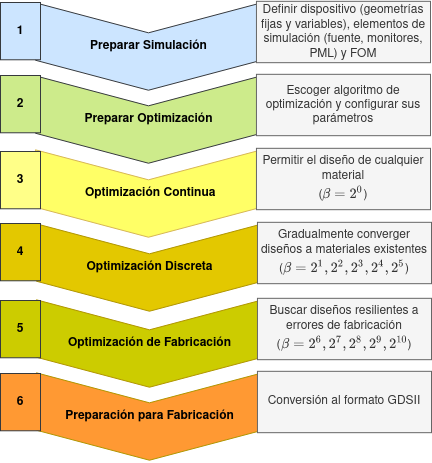
TISparta/bachelor-tesis keeps this draw.io diagram as image/proposal/pipeline.png. Above is the earlier version. Source tidied: cells renumbered, new cells last; positions are measured from the earlier drawing's top-left corner, leaving out a move shared by most shapes.
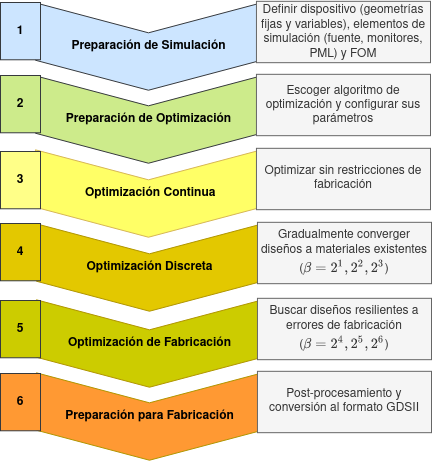
Later version of the same file.

Change to the diagram source:
```diff
@@ -8,7 +8,7 @@
     <mxCell id="3" value="&lt;b&gt;Optimización Discreta&lt;/b&gt;" style="html=1;shadow=0;dashed=0;align=center;verticalAlign=middle;shape=mxgraph.arrows2.arrow;dy=0;dx=30;notch=30;rotation=90;sketch=0;horizontal=0;fillColor=#E3C800;strokeColor=#B09500;fontColor=#000000;" parent="2" vertex="1">
       <mxGeometry x="64.3" y="-67.3" width="87.4" height="226.1" as="geometry" />
     </mxCell>
-    <mxCell id="4" value="&lt;div&gt;Gradualmente converger diseños a materiales existentes&lt;/div&gt;&lt;div&gt;(\(\beta = 2^1, 2^2, 2^3, 2^4, 2^5\))&lt;/div&gt;" style="whiteSpace=wrap;html=1;shadow=0;dashed=0;sketch=0;fillColor=#f5f5f5;fontColor=#333333;strokeColor=#666666;" parent="2" vertex="1">
+    <mxCell id="4" value="&lt;div&gt;Gradualmente converger diseños a materiales existentes&lt;/div&gt;&lt;div&gt;(\(\beta = 2^1, 2^2, 2^3\))&lt;/div&gt;" style="whiteSpace=wrap;html=1;shadow=0;dashed=0;sketch=0;fillColor=#f5f5f5;fontColor=#333333;strokeColor=#666666;" parent="2" vertex="1">
       <mxGeometry x="216" y="0.5" width="174" height="61.4" as="geometry" />
     </mxCell>
     <mxCell id="5" style="group;" parent="1" vertex="1">
@@ -17,7 +17,7 @@
     <mxCell id="6" value="&lt;b&gt;Optimización de Fabricación&lt;/b&gt;" style="html=1;shadow=0;dashed=0;align=center;verticalAlign=middle;shape=mxgraph.arrows2.arrow;dy=0;dx=30;notch=30;rotation=90;sketch=0;horizontal=0;fillColor=#CCCC00;strokeColor=#B09500;fontColor=#000000;" parent="5" vertex="1">
       <mxGeometry x="64.3" y="-67.3" width="87.4" height="226.1" as="geometry" />
     </mxCell>
-    <mxCell id="7" value="&lt;div&gt;Buscar diseños resilientes a errores de fabricación&lt;br&gt;&lt;/div&gt;&lt;div&gt;(\(\beta = 2^6, 2^7, 2^8, 2^9, 2^{10}\))&lt;/div&gt;" style="whiteSpace=wrap;html=1;shadow=0;dashed=0;sketch=0;fillColor=#f5f5f5;fontColor=#333333;strokeColor=#666666;" parent="5" vertex="1">
+    <mxCell id="7" value="&lt;div&gt;Buscar diseños resilientes a errores de fabricación&lt;br&gt;&lt;/div&gt;&lt;div&gt;(\(\beta = 2^4, 2^5, 2^6\))&lt;/div&gt;" style="whiteSpace=wrap;html=1;shadow=0;dashed=0;sketch=0;fillColor=#f5f5f5;fontColor=#333333;strokeColor=#666666;" parent="5" vertex="1">
       <mxGeometry x="216" y="0.5" width="174" height="61.4" as="geometry" />
     </mxCell>
     <mxCell id="8" style="group;" parent="1" vertex="1">
@@ -26,13 +26,13 @@
     <mxCell id="9" value="&lt;b&gt;&amp;nbsp;Optimización Continua&lt;/b&gt;" style="html=1;shadow=0;dashed=0;align=center;verticalAlign=middle;shape=mxgraph.arrows2.arrow;dy=0;dx=30;notch=30;rotation=90;sketch=0;horizontal=0;fillColor=#FFFF66;strokeColor=#d6b656;" parent="8" vertex="1">
       <mxGeometry x="64.3" y="-67.3" width="87.4" height="226.1" as="geometry" />
     </mxCell>
-    <mxCell id="10" value="&lt;div&gt;Permitir el diseño de cualquier material&lt;/div&gt;&lt;div&gt;(\(\beta = 2^0\))&lt;/div&gt;" style="whiteSpace=wrap;html=1;shadow=0;dashed=0;sketch=0;fillColor=#f5f5f5;fontColor=#333333;strokeColor=#666666;" parent="8" vertex="1">
+    <mxCell id="10" value="&lt;div&gt;Optimizar sin restricciones de fabricación&lt;br&gt;&lt;/div&gt;" style="whiteSpace=wrap;html=1;shadow=0;dashed=0;sketch=0;fillColor=#f5f5f5;fontColor=#333333;strokeColor=#666666;" parent="8" vertex="1">
       <mxGeometry x="216" y="0.5" width="174" height="61.4" as="geometry" />
     </mxCell>
     <mxCell id="11" style="group;" parent="1" vertex="1">
       <mxGeometry x="40" y="140.3" width="390" height="91.5" as="geometry" />
     </mxCell>
-    <mxCell id="12" value="&lt;b&gt;Preparar Optimización&lt;br&gt;&lt;/b&gt;" style="html=1;shadow=0;dashed=0;align=center;verticalAlign=middle;shape=mxgraph.arrows2.arrow;dy=0;dx=30;notch=30;rotation=90;sketch=0;horizontal=0;fillColor=#cdeb8b;strokeColor=#36393d;" parent="11" vertex="1">
+    <mxCell id="12" value="&lt;b&gt;Preparación de Optimización&lt;br&gt;&lt;/b&gt;" style="html=1;shadow=0;dashed=0;align=center;verticalAlign=middle;shape=mxgraph.arrows2.arrow;dy=0;dx=30;notch=30;rotation=90;sketch=0;horizontal=0;fillColor=#cdeb8b;strokeColor=#36393d;" parent="11" vertex="1">
       <mxGeometry x="64.3" y="-67.3" width="87.4" height="226.1" as="geometry" />
     </mxCell>
     <mxCell id="13" value="Escoger algoritmo de optimización y configurar sus parámetros" style="whiteSpace=wrap;html=1;shadow=0;dashed=0;sketch=0;fillColor=#f5f5f5;fontColor=#333333;strokeColor=#666666;" parent="11" vertex="1">
@@ -41,7 +41,7 @@
     <mxCell id="14" style="group;" parent="1" vertex="1">
       <mxGeometry x="40" y="67.3" width="390" height="91.5" as="geometry" />
     </mxCell>
-    <mxCell id="15" value="&lt;b&gt;Preparar Simulación&lt;br&gt;&lt;/b&gt;" style="html=1;shadow=0;dashed=0;align=center;verticalAlign=middle;shape=mxgraph.arrows2.arrow;dy=0;dx=30;notch=30;rotation=90;sketch=0;horizontal=0;fillColor=#cce5ff;strokeColor=#36393d;" parent="14" vertex="1">
+    <mxCell id="15" value="&lt;b&gt;Preparación de Simulación&lt;br&gt;&lt;/b&gt;" style="html=1;shadow=0;dashed=0;align=center;verticalAlign=middle;shape=mxgraph.arrows2.arrow;dy=0;dx=30;notch=30;rotation=90;sketch=0;horizontal=0;fillColor=#cce5ff;strokeColor=#36393d;" parent="14" vertex="1">
       <mxGeometry x="64.3" y="-67.3" width="87.4" height="226.1" as="geometry" />
     </mxCell>
     <mxCell id="16" value="Definir dispositivo (geometrías fijas y variables), elementos de simulación (fuente, monitores, PML) y FOM" style="whiteSpace=wrap;html=1;shadow=0;dashed=0;sketch=0;fillColor=#f5f5f5;fontColor=#333333;strokeColor=#666666;" parent="14" vertex="1">
@@ -53,7 +53,7 @@
     <mxCell id="18" value="&lt;b&gt;Preparación para Fabricación&lt;/b&gt;" style="html=1;shadow=0;dashed=0;align=center;verticalAlign=middle;shape=mxgraph.arrows2.arrow;dy=0;dx=30;notch=30;rotation=90;sketch=0;horizontal=0;fillColor=#FF9933;strokeColor=#B09500;fontColor=#000000;" parent="17" vertex="1">
       <mxGeometry x="64.3" y="-67.3" width="87.4" height="226.1" as="geometry" />
     </mxCell>
-    <mxCell id="19" value="Conversión al formato GDSII" style="whiteSpace=wrap;html=1;shadow=0;dashed=0;sketch=0;fillColor=#f5f5f5;fontColor=#333333;strokeColor=#666666;" parent="17" vertex="1">
+    <mxCell id="19" value="&lt;div&gt;Post-procesamiento y&lt;br&gt;&lt;/div&gt;&lt;div&gt;conversión al formato GDSII&lt;/div&gt;" style="whiteSpace=wrap;html=1;shadow=0;dashed=0;sketch=0;fillColor=#f5f5f5;fontColor=#333333;strokeColor=#666666;" parent="17" vertex="1">
       <mxGeometry x="216" y="0.5" width="174" height="61.4" as="geometry" />
     </mxCell>
     <mxCell id="20" value="1" style="rounded=0;whiteSpace=wrap;html=1;labelBackgroundColor=none;fillColor=#cce5ff;strokeColor=#36393d;fontColor=#000000;fontStyle=1;" parent="1" vertex="1">
```
